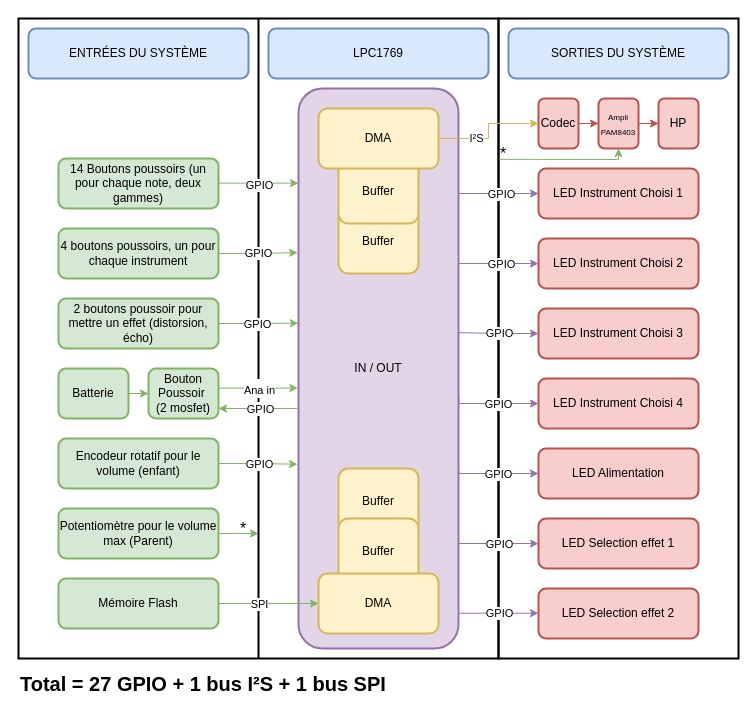
Ithoh/ProjetSynthe keeps this draw.io diagram as Schemas/Schema_Input_Output.drawio. Above is the earlier version. Source tidied: cells renumbered, new cells numbered last; positions are measured from the earlier drawing's top-left corner, leaving out a move shared by most shapes. Both pictures are drawn from the tidied source at 100%, with x=0, y=0 at pixel (18, 18).
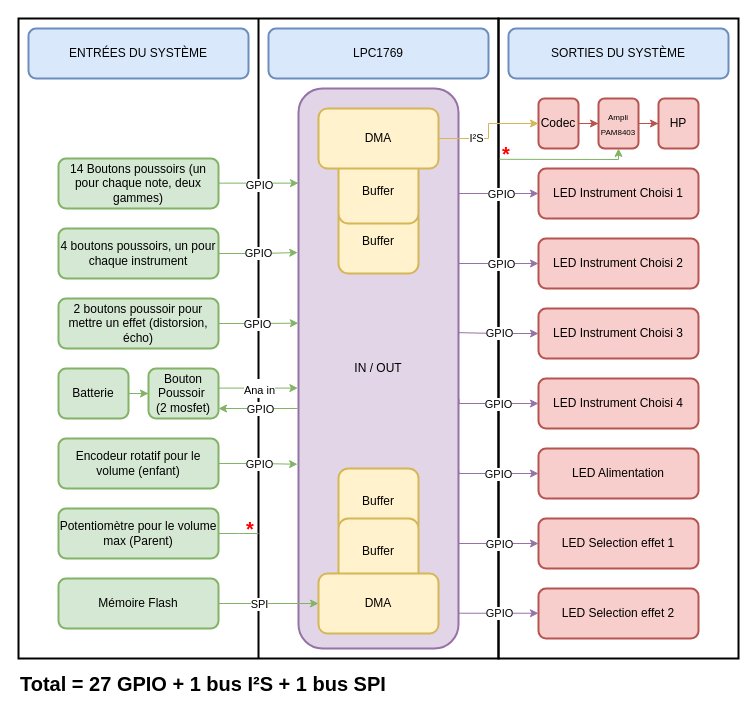
The same page after the edit.

Commit message (it also covers changes not shown here):
Correction IO schéma

Unchanged cells that the change refers to:
```xml
<mxCell id="26" value="Potentiomètre pour le volume max (Parent)" style="rounded=1;whiteSpace=wrap;html=1;strokeColor=#82b366;strokeWidth=2;fillColor=#d5e8d4;" parent="1" vertex="1">
  <mxGeometry x="40" y="490" width="160" height="50" as="geometry" />
</mxCell>
```

The edit, as a diff of the source:
```diff
@@
-    <mxCell id="25" style="edgeStyle=orthogonalEdgeStyle;rounded=0;jettySize=auto;html=1;fontSize=8;startArrow=none;startFill=0;endArrow=classic;endFill=1;fillColor=#d5e8d4;strokeColor=#82b366;" parent="1" edge="1" source="26">
+    <mxCell id="25" style="edgeStyle=orthogonalEdgeStyle;rounded=0;jettySize=auto;html=1;fontSize=8;startArrow=none;startFill=0;endArrow=none;endFill=0;fillColor=#d5e8d4;strokeColor=#82b366;" parent="1" edge="1" source="26">
       <mxGeometry relative="1" as="geometry">
         <mxPoint x="240" y="515" as="targetPoint" />
       </mxGeometry>
     </mxCell>
@@
-    <mxCell id="68" value="&lt;font style=&quot;font-size: 16px&quot;&gt;*&lt;/font&gt;" style="text;html=1;strokeColor=none;fillColor=none;align=center;verticalAlign=middle;whiteSpace=wrap;rounded=0;fontSize=8;" parent="1" vertex="1">
-      <mxGeometry x="220" y="505" width="10" height="10" as="geometry" />
+    <mxCell id="68" value="&lt;font size=&quot;1&quot; color=&quot;#ff0000&quot;&gt;&lt;b style=&quot;font-size: 20px&quot;&gt;*&lt;/b&gt;&lt;/font&gt;" style="text;html=1;strokeColor=none;fillColor=none;align=center;verticalAlign=middle;whiteSpace=wrap;rounded=0;fontSize=8;" parent="1" vertex="1">
+      <mxGeometry x="227" y="505" width="10" height="10" as="geometry" />
     </mxCell>
@@
-    <mxCell id="70" value="*" style="text;html=1;strokeColor=none;fillColor=none;align=center;verticalAlign=middle;whiteSpace=wrap;rounded=0;fontSize=16;" parent="1" vertex="1">
-      <mxGeometry x="480" y="130" width="10" height="10" as="geometry" />
+    <mxCell id="70" value="&lt;font style=&quot;font-size: 20px&quot; color=&quot;#ff0000&quot;&gt;&lt;b&gt;*&lt;/b&gt;&lt;/font&gt;" style="text;html=1;strokeColor=none;fillColor=none;align=center;verticalAlign=middle;whiteSpace=wrap;rounded=0;fontSize=16;" parent="1" vertex="1">
+      <mxGeometry x="483" y="130" width="10" height="10" as="geometry" />
     </mxCell>
```
